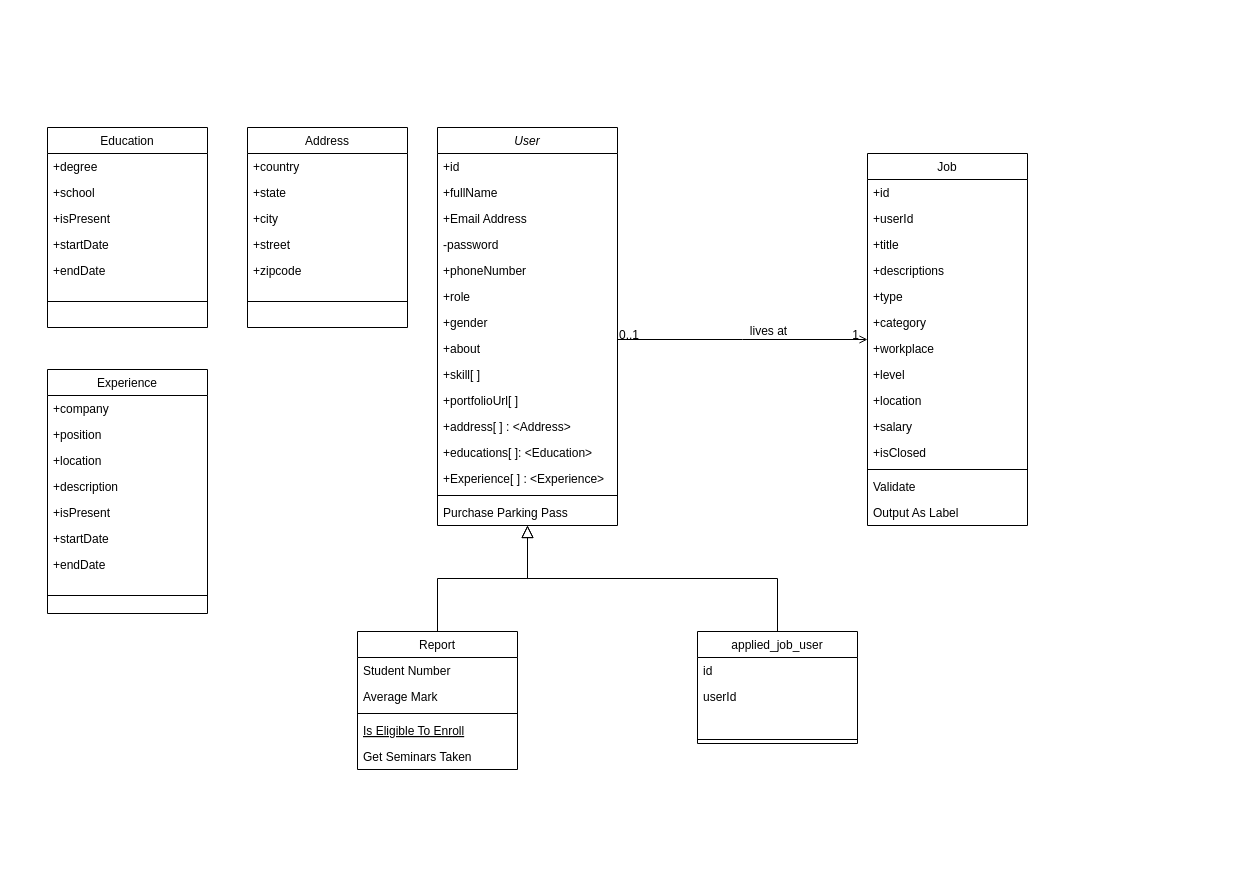
osenbal/ar.gent-uml keeps this draw.io diagram as classDiagram.drawio. Above is the earlier version. Source tidied: cells renumbered, new cells numbered last; positions are measured from the earlier drawing's top-left corner, leaving out a move shared by most shapes. Both pictures are drawn from the tidied source at 100%, with x=0, y=0 at pixel (47, 127).
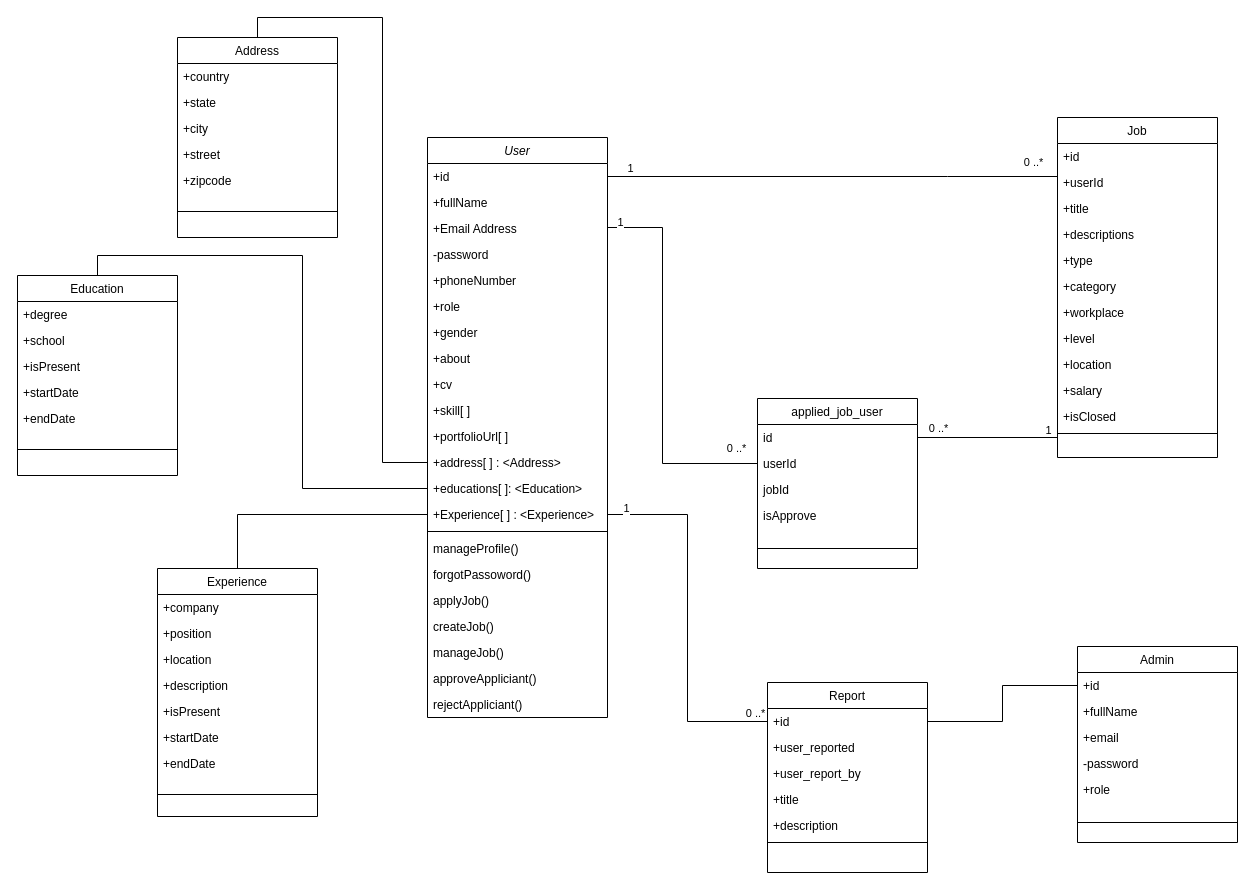
Above is the later version.

The change refers to these unchanged cells:
```xml
<mxCell id="3" value="+id" style="text;align=left;verticalAlign=top;spacingLeft=4;spacingRight=4;overflow=hidden;points=[[0,0.5],[1,0.5]];portConstraint=eastwest;" parent="2" vertex="1">
  <mxGeometry y="26" width="180" height="26" as="geometry" />
</mxCell>
<mxCell id="26" value="id" style="text;align=left;verticalAlign=top;spacingLeft=4;spacingRight=4;overflow=hidden;points=[[0,0.5],[1,0.5]];portConstraint=eastwest;" parent="25" vertex="1">
  <mxGeometry y="26" width="160" height="26" as="geometry" />
</mxCell>
<mxCell id="27" value="userId" style="text;align=left;verticalAlign=top;spacingLeft=4;spacingRight=4;overflow=hidden;points=[[0,0.5],[1,0.5]];portConstraint=eastwest;" parent="25" vertex="1">
  <mxGeometry y="52" width="160" height="26" as="geometry" />
</mxCell>
<mxCell id="33" value="+userId" style="text;align=left;verticalAlign=top;spacingLeft=4;spacingRight=4;overflow=hidden;points=[[0,0.5],[1,0.5]];portConstraint=eastwest;rounded=0;shadow=0;html=0;" parent="31" vertex="1">
  <mxGeometry y="52" width="160" height="26" as="geometry" />
</mxCell>
<mxCell id="42" value="+isClosed" style="text;align=left;verticalAlign=top;spacingLeft=4;spacingRight=4;overflow=hidden;points=[[0,0.5],[1,0.5]];portConstraint=eastwest;rounded=0;shadow=0;html=0;" parent="31" vertex="1">
  <mxGeometry y="286" width="160" height="26" as="geometry" />
</mxCell>
```

Diff of the diagram source:
```diff
@@
     <mxCell id="2" value="User" style="swimlane;fontStyle=2;align=center;verticalAlign=top;horizontal=1;startSize=26;rounded=0;shadow=0;strokeWidth=1;" parent="1" vertex="1">
-      <mxGeometry x="390" width="180" height="398" as="geometry" />
+      <mxGeometry x="380" y="10" width="180" height="580" as="geometry" />
     </mxCell>
@@
+    <mxCell id="73" value="+cv" style="text;align=left;verticalAlign=top;spacingLeft=4;spacingRight=4;overflow=hidden;rounded=0;shadow=0;html=0;" parent="2" vertex="1">
+      <mxGeometry y="234" width="180" height="26" as="geometry" />
+    </mxCell>
     <mxCell id="11" value="+skill[ ]" style="text;align=left;verticalAlign=top;spacingLeft=4;spacingRight=4;overflow=hidden;rounded=0;shadow=0;html=0;" parent="2" vertex="1">
-      <mxGeometry y="234" width="180" height="26" as="geometry" />
+      <mxGeometry y="260" width="180" height="26" as="geometry" />
     </mxCell>
     <mxCell id="12" value="+portfolioUrl[ ]" style="text;align=left;verticalAlign=top;spacingLeft=4;spacingRight=4;overflow=hidden;rounded=0;shadow=0;html=0;" parent="2" vertex="1">
-      <mxGeometry y="260" width="180" height="26" as="geometry" />
+      <mxGeometry y="286" width="180" height="26" as="geometry" />
     </mxCell>
     <mxCell id="13" value="+address[ ] : &lt;Address&gt;" style="text;align=left;verticalAlign=top;spacingLeft=4;spacingRight=4;overflow=hidden;points=[[0,0.5],[1,0.5]];portConstraint=eastwest;rounded=0;shadow=0;html=0;" parent="2" vertex="1">
-      <mxGeometry y="286" width="180" height="26" as="geometry" />
+      <mxGeometry y="312" width="180" height="26" as="geometry" />
     </mxCell>
     <mxCell id="14" value="+educations[ ]: &lt;Education&gt;" style="text;align=left;verticalAlign=top;spacingLeft=4;spacingRight=4;overflow=hidden;points=[[0,0.5],[1,0.5]];portConstraint=eastwest;rounded=0;shadow=0;html=0;" parent="2" vertex="1">
-      <mxGeometry y="312" width="180" height="26" as="geometry" />
+      <mxGeometry y="338" width="180" height="26" as="geometry" />
     </mxCell>
     <mxCell id="15" value="+Experience[ ] : &lt;Experience&gt;" style="text;align=left;verticalAlign=top;spacingLeft=4;spacingRight=4;overflow=hidden;points=[[0,0.5],[1,0.5]];portConstraint=eastwest;rounded=0;shadow=0;html=0;" parent="2" vertex="1">
-      <mxGeometry y="338" width="180" height="26" as="geometry" />
+      <mxGeometry y="364" width="180" height="26" as="geometry" />
     </mxCell>
     <mxCell id="16" style="line;html=1;strokeWidth=1;align=left;verticalAlign=middle;spacingTop=-1;spacingLeft=3;spacingRight=3;labelPosition=right;" parent="2" vertex="1">
-      <mxGeometry y="364" width="180" height="8" as="geometry" />
+      <mxGeometry y="390" width="180" height="8" as="geometry" />
     </mxCell>
-    <mxCell id="17" value="Purchase Parking Pass" style="text;align=left;verticalAlign=top;spacingLeft=4;spacingRight=4;overflow=hidden;" parent="2" vertex="1">
-      <mxGeometry y="372" width="180" height="26" as="geometry" />
-    </mxCell>
-    <mxCell id="18" value="Report" style="swimlane;fontStyle=0;align=center;verticalAlign=top;horizontal=1;startSize=26;rounded=0;shadow=0;strokeWidth=1;" parent="1" vertex="1">
-      <mxGeometry x="310" y="504" width="160" height="138" as="geometry" />
-    </mxCell>
-    <mxCell id="19" value="Student Number" style="text;align=left;verticalAlign=top;spacingLeft=4;spacingRight=4;overflow=hidden;points=[[0,0.5],[1,0.5]];portConstraint=eastwest;" parent="18" vertex="1">
-      <mxGeometry y="26" width="160" height="26" as="geometry" />
-    </mxCell>
-    <mxCell id="20" value="Average Mark" style="text;align=left;verticalAlign=top;spacingLeft=4;spacingRight=4;overflow=hidden;rounded=0;shadow=0;html=0;" parent="18" vertex="1">
-      <mxGeometry y="52" width="160" height="26" as="geometry" />
-    </mxCell>
-    <mxCell id="21" style="line;html=1;strokeWidth=1;align=left;verticalAlign=middle;spacingTop=-1;spacingLeft=3;spacingRight=3;labelPosition=right;" parent="18" vertex="1">
-      <mxGeometry y="78" width="160" height="8" as="geometry" />
-    </mxCell>
-    <mxCell id="22" value="Is Eligible To Enroll" style="text;align=left;verticalAlign=top;spacingLeft=4;spacingRight=4;overflow=hidden;fontStyle=4;" parent="18" vertex="1">
-      <mxGeometry y="86" width="160" height="26" as="geometry" />
-    </mxCell>
-    <mxCell id="23" value="Get Seminars Taken" style="text;align=left;verticalAlign=top;spacingLeft=4;spacingRight=4;overflow=hidden;" parent="18" vertex="1">
-      <mxGeometry y="112" width="160" height="26" as="geometry" />
-    </mxCell>
-    <mxCell id="24" style="endArrow=block;endSize=10;endFill=0;shadow=0;strokeWidth=1;rounded=0;edgeStyle=elbowEdgeStyle;elbow=vertical;" parent="1" edge="1" source="18" target="2">
-      <mxGeometry relative="1" as="geometry" />
-    </mxCell>
+    <mxCell id="74" value="manageProfile()" style="text;align=left;verticalAlign=top;spacingLeft=4;spacingRight=4;overflow=hidden;" parent="2" vertex="1">
+      <mxGeometry y="398" width="180" height="26" as="geometry" />
+    </mxCell>
+    <mxCell id="75" value="forgotPassoword()" style="text;align=left;verticalAlign=top;spacingLeft=4;spacingRight=4;overflow=hidden;" parent="2" vertex="1">
+      <mxGeometry y="424" width="180" height="26" as="geometry" />
+    </mxCell>
+    <mxCell id="76" value="applyJob()" style="text;align=left;verticalAlign=top;spacingLeft=4;spacingRight=4;overflow=hidden;" parent="2" vertex="1">
+      <mxGeometry y="450" width="180" height="26" as="geometry" />
+    </mxCell>
+    <mxCell id="77" value="createJob()" style="text;align=left;verticalAlign=top;spacingLeft=4;spacingRight=4;overflow=hidden;" parent="2" vertex="1">
+      <mxGeometry y="476" width="180" height="26" as="geometry" />
+    </mxCell>
+    <mxCell id="78" value="manageJob()" style="text;align=left;verticalAlign=top;spacingLeft=4;spacingRight=4;overflow=hidden;" parent="2" vertex="1">
+      <mxGeometry y="502" width="180" height="26" as="geometry" />
+    </mxCell>
+    <mxCell id="79" value="approveAppliciant()" style="text;align=left;verticalAlign=top;spacingLeft=4;spacingRight=4;overflow=hidden;" parent="2" vertex="1">
+      <mxGeometry y="528" width="180" height="26" as="geometry" />
+    </mxCell>
+    <mxCell id="80" value="rejectAppliciant()" style="text;align=left;verticalAlign=top;spacingLeft=4;spacingRight=4;overflow=hidden;" parent="2" vertex="1">
+      <mxGeometry y="554" width="180" height="26" as="geometry" />
+    </mxCell>
     <mxCell id="25" value="applied_job_user" style="swimlane;fontStyle=0;align=center;verticalAlign=top;horizontal=1;startSize=26;rounded=0;shadow=0;strokeWidth=1;" parent="1" vertex="1">
-      <mxGeometry x="650" y="504" width="160" height="112" as="geometry" />
+      <mxGeometry x="710" y="271" width="160" height="170" as="geometry" />
     </mxCell>
@@
-    <mxCell id="28" style="text;align=left;verticalAlign=top;spacingLeft=4;spacingRight=4;overflow=hidden;" parent="25" vertex="1">
+    <mxCell id="28" value="jobId" style="text;align=left;verticalAlign=top;spacingLeft=4;spacingRight=4;overflow=hidden;" parent="25" vertex="1">
       <mxGeometry y="78" width="160" height="26" as="geometry" />
     </mxCell>
+    <mxCell id="81" value="isApprove" style="text;align=left;verticalAlign=top;spacingLeft=4;spacingRight=4;overflow=hidden;" parent="25" vertex="1">
+      <mxGeometry y="104" width="160" height="26" as="geometry" />
+    </mxCell>
     <mxCell id="29" style="line;html=1;strokeWidth=1;align=left;verticalAlign=middle;spacingTop=-1;spacingLeft=3;spacingRight=3;labelPosition=right;" parent="25" vertex="1">
-      <mxGeometry y="104" width="160" height="8" as="geometry" />
+      <mxGeometry y="130" width="160" height="40" as="geometry" />
     </mxCell>
-    <mxCell id="30" style="endArrow=block;endSize=10;endFill=0;shadow=0;strokeWidth=1;rounded=0;edgeStyle=elbowEdgeStyle;elbow=vertical;" parent="1" edge="1" source="25" target="2">
-      <mxGeometry relative="1" as="geometry" />
-    </mxCell>
     <mxCell id="31" value="Job" style="swimlane;fontStyle=0;align=center;verticalAlign=top;horizontal=1;startSize=26;rounded=0;shadow=0;strokeWidth=1;" parent="1" vertex="1">
-      <mxGeometry x="820" y="26" width="160" height="372" as="geometry" />
+      <mxGeometry x="1010" y="-10" width="160" height="340" as="geometry" />
     </mxCell>
@@
-    <mxCell id="44" value="Validate" style="text;align=left;verticalAlign=top;spacingLeft=4;spacingRight=4;overflow=hidden;" parent="31" vertex="1">
-      <mxGeometry y="320" width="160" height="26" as="geometry" />
-    </mxCell>
-    <mxCell id="45" value="Output As Label" style="text;align=left;verticalAlign=top;spacingLeft=4;spacingRight=4;overflow=hidden;" parent="31" vertex="1">
-      <mxGeometry y="346" width="160" height="26" as="geometry" />
-    </mxCell>
-    <mxCell id="46" style="endArrow=open;shadow=0;strokeWidth=1;rounded=0;endFill=1;edgeStyle=elbowEdgeStyle;elbow=vertical;" parent="1" edge="1" source="2" target="31">
-      <mxGeometry x="0.5" y="41" relative="1" as="geometry">
-        <mxPoint x="-40" y="32" as="offset" />
-      </mxGeometry>
-    </mxCell>
-    <mxCell id="47" value="0..1" style="align=left;verticalAlign=bottom;labelBackgroundColor=none;fontSize=12;" parent="46" vertex="1">
-      <mxGeometry x="-1" relative="1" as="geometry">
-        <mxPoint y="4" as="offset" />
-      </mxGeometry>
-    </mxCell>
-    <mxCell id="48" value="1" style="align=right;verticalAlign=bottom;labelBackgroundColor=none;fontSize=12;" parent="46" vertex="1">
-      <mxGeometry x="1" relative="1" as="geometry">
-        <mxPoint x="-7" y="4" as="offset" />
-      </mxGeometry>
-    </mxCell>
-    <mxCell id="49" value="lives at" style="text;html=1;align=center;verticalAlign=middle;labelBackgroundColor=none;rounded=0;shadow=0;strokeWidth=1;fontSize=12;" parent="46" vertex="1">
-      <mxGeometry x="0.5" y="49" relative="1" as="geometry">
-        <mxPoint x="-38" y="40" as="offset" />
-      </mxGeometry>
-    </mxCell>
     <mxCell id="50" value="Address" style="swimlane;fontStyle=0;align=center;verticalAlign=top;horizontal=1;startSize=26;rounded=0;shadow=0;strokeWidth=1;" parent="1" vertex="1">
-      <mxGeometry x="200" width="160" height="200" as="geometry" />
+      <mxGeometry x="130" y="-90" width="160" height="200" as="geometry" />
     </mxCell>
@@
     <mxCell id="57" value="Education" style="swimlane;fontStyle=0;align=center;verticalAlign=top;horizontal=1;startSize=26;rounded=0;shadow=0;strokeWidth=1;" parent="1" vertex="1">
-      <mxGeometry width="160" height="200" as="geometry" />
+      <mxGeometry x="-30" y="148" width="160" height="200" as="geometry" />
     </mxCell>
@@
     <mxCell id="64" value="Experience" style="swimlane;fontStyle=0;align=center;verticalAlign=top;horizontal=1;startSize=26;rounded=0;shadow=0;strokeWidth=1;" parent="1" vertex="1">
-      <mxGeometry y="242" width="160" height="244" as="geometry" />
+      <mxGeometry x="110" y="441" width="160" height="248" as="geometry" />
     </mxCell>
@@
+    <mxCell id="18" value="Report" style="swimlane;fontStyle=0;align=center;verticalAlign=top;horizontal=1;startSize=26;rounded=0;shadow=0;strokeWidth=1;" parent="1" vertex="1">
+      <mxGeometry x="720" y="555" width="160" height="190" as="geometry" />
+    </mxCell>
+    <mxCell id="19" value="+id" style="text;align=left;verticalAlign=top;spacingLeft=4;spacingRight=4;overflow=hidden;points=[[0,0.5],[1,0.5]];portConstraint=eastwest;" parent="18" vertex="1">
+      <mxGeometry y="26" width="160" height="26" as="geometry" />
+    </mxCell>
+    <mxCell id="20" value="+user_reported" style="text;align=left;verticalAlign=top;spacingLeft=4;spacingRight=4;overflow=hidden;rounded=0;shadow=0;html=0;" parent="18" vertex="1">
+      <mxGeometry y="52" width="160" height="26" as="geometry" />
+    </mxCell>
+    <mxCell id="82" value="+user_report_by" style="text;align=left;verticalAlign=top;spacingLeft=4;spacingRight=4;overflow=hidden;rounded=0;shadow=0;html=0;" parent="18" vertex="1">
+      <mxGeometry y="78" width="160" height="26" as="geometry" />
+    </mxCell>
+    <mxCell id="83" value="+title" style="text;align=left;verticalAlign=top;spacingLeft=4;spacingRight=4;overflow=hidden;rounded=0;shadow=0;html=0;" parent="18" vertex="1">
+      <mxGeometry y="104" width="160" height="26" as="geometry" />
+    </mxCell>
+    <mxCell id="84" value="+description" style="text;align=left;verticalAlign=top;spacingLeft=4;spacingRight=4;overflow=hidden;rounded=0;shadow=0;html=0;" parent="18" vertex="1">
+      <mxGeometry y="130" width="160" height="26" as="geometry" />
+    </mxCell>
+    <mxCell id="21" style="line;html=1;strokeWidth=1;align=left;verticalAlign=middle;spacingTop=-1;spacingLeft=3;spacingRight=3;labelPosition=right;" parent="18" vertex="1">
+      <mxGeometry y="156" width="160" height="8" as="geometry" />
+    </mxCell>
+    <mxCell id="85" style="edgeStyle=orthogonalEdgeStyle;rounded=0;jettySize=auto;html=1;exitX=0;exitY=0.5;exitDx=0;exitDy=0;entryX=0.5;entryY=0;entryDx=0;entryDy=0;endArrow=none;endFill=0;" parent="1" edge="1" source="13" target="50">
+      <mxGeometry relative="1" as="geometry" />
+    </mxCell>
+    <mxCell id="86" style="edgeStyle=orthogonalEdgeStyle;rounded=0;jettySize=auto;html=1;exitX=0;exitY=0.5;exitDx=0;exitDy=0;entryX=0.5;entryY=0;entryDx=0;entryDy=0;endArrow=none;endFill=0;" parent="1" edge="1" source="14" target="57">
+      <mxGeometry relative="1" as="geometry" />
+    </mxCell>
+    <mxCell id="87" style="edgeStyle=orthogonalEdgeStyle;rounded=0;jettySize=auto;html=1;exitX=0;exitY=0.5;exitDx=0;exitDy=0;entryX=0.5;entryY=0;entryDx=0;entryDy=0;endArrow=none;endFill=0;" parent="1" edge="1" source="15" target="64">
+      <mxGeometry relative="1" as="geometry" />
+    </mxCell>
+    <mxCell id="88" style="edgeStyle=orthogonalEdgeStyle;rounded=0;jettySize=auto;html=1;exitX=1;exitY=0.5;exitDx=0;exitDy=0;endArrow=none;endFill=0;" parent="1" edge="1" source="3" target="33">
+      <mxGeometry relative="1" as="geometry">
+        <Array as="points">
+          <mxPoint x="900" y="49" />
+          <mxPoint x="900" y="49" />
+        </Array>
+      </mxGeometry>
+    </mxCell>
+    <mxCell id="89" value="1" style="edgeLabel;html=1;align=center;verticalAlign=middle;" parent="88" vertex="1">
+      <mxGeometry x="-0.89" y="3" relative="1" as="geometry">
+        <mxPoint x="-3" y="-6" as="offset" />
+      </mxGeometry>
+    </mxCell>
+    <mxCell id="90" value="0 ..*" style="edgeLabel;html=1;align=center;verticalAlign=middle;" parent="88" vertex="1">
+      <mxGeometry x="0.89" y="-1" relative="1" as="geometry">
+        <mxPoint y="-16" as="offset" />
+      </mxGeometry>
+    </mxCell>
+    <mxCell id="91" style="edgeStyle=orthogonalEdgeStyle;rounded=0;jettySize=auto;html=1;exitX=1;exitY=0.5;exitDx=0;exitDy=0;entryX=0;entryY=0.5;entryDx=0;entryDy=0;endArrow=none;endFill=0;" parent="1" edge="1" source="3" target="27">
+      <mxGeometry relative="1" as="geometry">
+        <Array as="points">
+          <mxPoint x="560" y="100" />
+          <mxPoint x="615" y="100" />
+          <mxPoint x="615" y="336" />
+        </Array>
+      </mxGeometry>
+    </mxCell>
+    <mxCell id="92" value="1" style="edgeLabel;html=1;align=center;verticalAlign=middle;" parent="91" vertex="1">
+      <mxGeometry x="-0.71" y="2" relative="1" as="geometry">
+        <mxPoint y="-4" as="offset" />
+      </mxGeometry>
+    </mxCell>
+    <mxCell id="93" value="0 ..*" style="edgeLabel;html=1;align=center;verticalAlign=middle;" parent="91" vertex="1">
+      <mxGeometry x="0.9" y="2" relative="1" as="geometry">
+        <mxPoint y="-14" as="offset" />
+      </mxGeometry>
+    </mxCell>
+    <mxCell id="94" style="edgeStyle=orthogonalEdgeStyle;rounded=0;jettySize=auto;html=1;exitX=0;exitY=0.5;exitDx=0;exitDy=0;entryX=1;entryY=0.5;entryDx=0;entryDy=0;endArrow=none;endFill=0;" parent="1" edge="1" source="42" target="26">
+      <mxGeometry relative="1" as="geometry">
+        <Array as="points">
+          <mxPoint x="1010" y="310" />
+        </Array>
+      </mxGeometry>
+    </mxCell>
+    <mxCell id="95" value="1" style="edgeLabel;html=1;align=center;verticalAlign=middle;" parent="94" vertex="1">
+      <mxGeometry x="-0.62" y="-1" relative="1" as="geometry">
+        <mxPoint y="-7" as="offset" />
+      </mxGeometry>
+    </mxCell>
+    <mxCell id="96" value="0 ..*" style="edgeLabel;html=1;align=center;verticalAlign=middle;" parent="94" vertex="1">
+      <mxGeometry x="0.96" y="-1" relative="1" as="geometry">
+        <mxPoint x="17" y="-9" as="offset" />
+      </mxGeometry>
+    </mxCell>
+    <mxCell id="97" style="edgeStyle=orthogonalEdgeStyle;rounded=0;jettySize=auto;html=1;exitX=0;exitY=0.5;exitDx=0;exitDy=0;endArrow=none;endFill=0;" parent="1" edge="1" source="102" target="19">
+      <mxGeometry relative="1" as="geometry" />
+    </mxCell>
+    <mxCell id="98" style="edgeStyle=orthogonalEdgeStyle;rounded=0;jettySize=auto;html=1;exitX=1;exitY=0.5;exitDx=0;exitDy=0;entryX=0;entryY=0.5;entryDx=0;entryDy=0;endArrow=none;endFill=0;" parent="1" edge="1" source="15" target="19">
+      <mxGeometry relative="1" as="geometry" />
+    </mxCell>
+    <mxCell id="99" value="1" style="edgeLabel;html=1;align=center;verticalAlign=middle;" parent="98" vertex="1">
+      <mxGeometry x="-0.9" y="2" relative="1" as="geometry">
+        <mxPoint y="-5" as="offset" />
+      </mxGeometry>
+    </mxCell>
+    <mxCell id="100" value="0 ..*" style="edgeLabel;html=1;align=center;verticalAlign=middle;" parent="98" vertex="1">
+      <mxGeometry x="0.93" y="1" relative="1" as="geometry">
+        <mxPoint y="-8" as="offset" />
+      </mxGeometry>
+    </mxCell>
+    <mxCell id="101" value="Admin" style="swimlane;fontStyle=0;align=center;verticalAlign=top;horizontal=1;startSize=26;rounded=0;shadow=0;strokeWidth=1;" parent="1" vertex="1">
+      <mxGeometry x="1030" y="519" width="160" height="196" as="geometry" />
+    </mxCell>
+    <mxCell id="102" value="+id" style="text;align=left;verticalAlign=top;spacingLeft=4;spacingRight=4;overflow=hidden;points=[[0,0.5],[1,0.5]];portConstraint=eastwest;" parent="101" vertex="1">
+      <mxGeometry y="26" width="160" height="26" as="geometry" />
+    </mxCell>
+    <mxCell id="103" value="+fullName" style="text;align=left;verticalAlign=top;spacingLeft=4;spacingRight=4;overflow=hidden;" parent="101" vertex="1">
+      <mxGeometry y="52" width="160" height="26" as="geometry" />
+    </mxCell>
+    <mxCell id="104" value="+email" style="text;align=left;verticalAlign=top;spacingLeft=4;spacingRight=4;overflow=hidden;" parent="101" vertex="1">
+      <mxGeometry y="78" width="160" height="26" as="geometry" />
+    </mxCell>
+    <mxCell id="105" value="-password" style="text;align=left;verticalAlign=top;spacingLeft=4;spacingRight=4;overflow=hidden;" parent="101" vertex="1">
+      <mxGeometry y="104" width="160" height="26" as="geometry" />
+    </mxCell>
+    <mxCell id="106" value="+role" style="text;align=left;verticalAlign=top;spacingLeft=4;spacingRight=4;overflow=hidden;" parent="101" vertex="1">
+      <mxGeometry y="130" width="160" height="26" as="geometry" />
+    </mxCell>
+    <mxCell id="107" style="line;html=1;strokeWidth=1;align=left;verticalAlign=middle;spacingTop=-1;spacingLeft=3;spacingRight=3;labelPosition=right;" parent="101" vertex="1">
+      <mxGeometry y="156" width="160" height="40" as="geometry" />
+    </mxCell>
```
